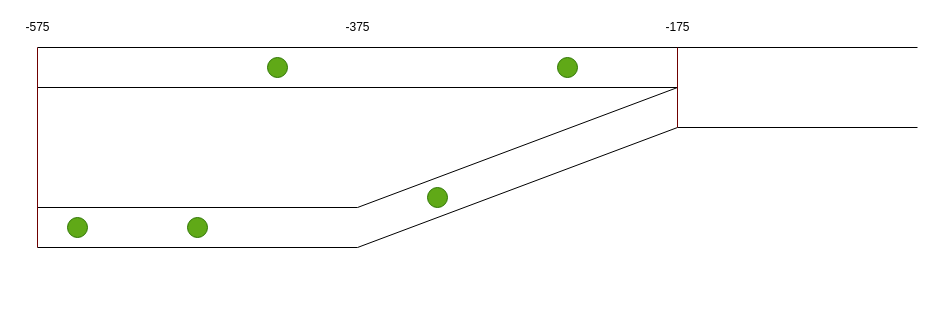
The draw.io diagram env.drawio in CAJAHA/v2x_sumo, before the edit. Source tidied: cells renumbered, new cells numbered last; positions are measured from the earlier drawing's top-left corner, leaving out a move shared by most shapes. Both pictures are drawn from the tidied source at 100%, with x=0, y=0 at pixel (17, 17).
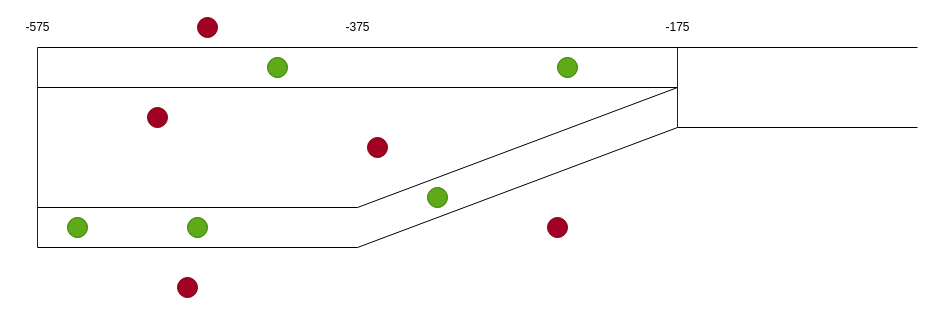
The same page after the edit.

Change to the diagram source:
```diff
@@
+    <mxCell id="19" style="ellipse;whiteSpace=wrap;html=1;fillColor=#a20025;fontColor=#ffffff;strokeColor=#6F0000;" parent="1" vertex="1">
+      <mxGeometry x="130" y="90" width="20" height="20" as="geometry" />
+    </mxCell>
+    <mxCell id="20" style="ellipse;whiteSpace=wrap;html=1;fillColor=#a20025;fontColor=#ffffff;strokeColor=#6F0000;" parent="1" vertex="1">
+      <mxGeometry x="350" y="120" width="20" height="20" as="geometry" />
+    </mxCell>
+    <mxCell id="21" style="ellipse;whiteSpace=wrap;html=1;fillColor=#a20025;fontColor=#ffffff;strokeColor=#6F0000;" parent="1" vertex="1">
+      <mxGeometry x="180" width="20" height="20" as="geometry" />
+    </mxCell>
+    <mxCell id="22" style="ellipse;whiteSpace=wrap;html=1;fillColor=#a20025;fontColor=#ffffff;strokeColor=#6F0000;" parent="1" vertex="1">
+      <mxGeometry x="160" y="260" width="20" height="20" as="geometry" />
+    </mxCell>
+    <mxCell id="23" style="ellipse;whiteSpace=wrap;html=1;fillColor=#a20025;fontColor=#ffffff;strokeColor=#6F0000;" parent="1" vertex="1">
+      <mxGeometry x="530" y="200" width="20" height="20" as="geometry" />
+    </mxCell>
```
